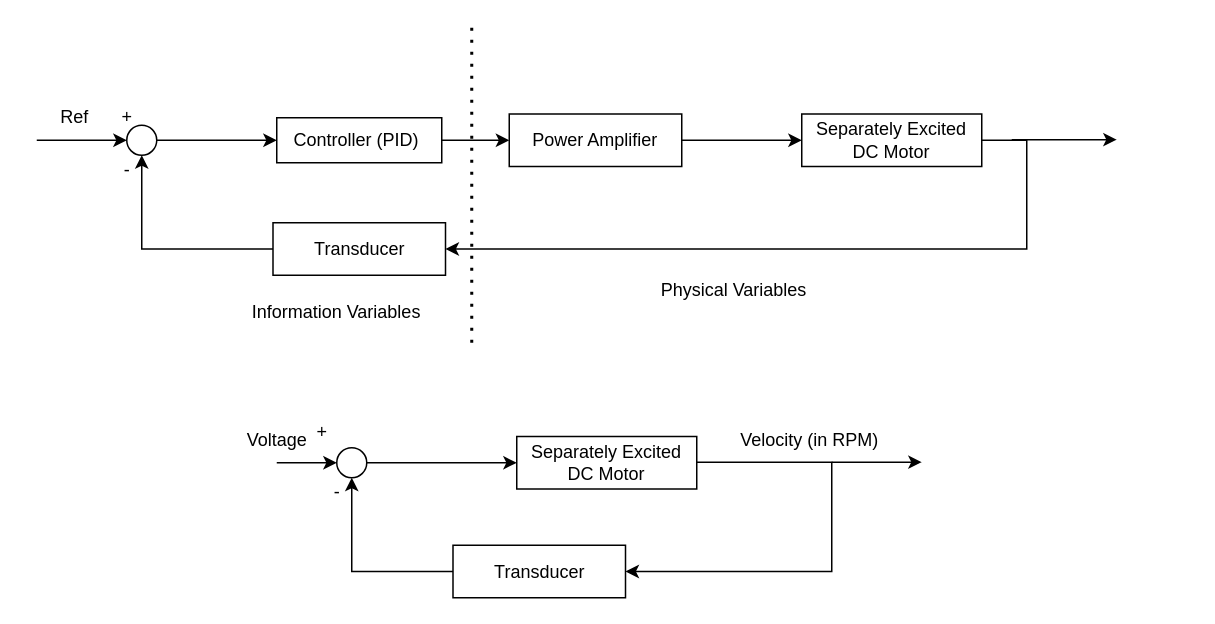
The draw.io diagram Untitled Diagram.drawio in yldrimftih/SystemDynamicsandControl-Project, before the edit. Source tidied: cells renumbered, new cells numbered last; positions are measured from the earlier drawing's top-left corner, leaving out a move shared by most shapes. Both pictures are drawn from the tidied source at 150%, with x=0, y=0 at pixel (36, 27).
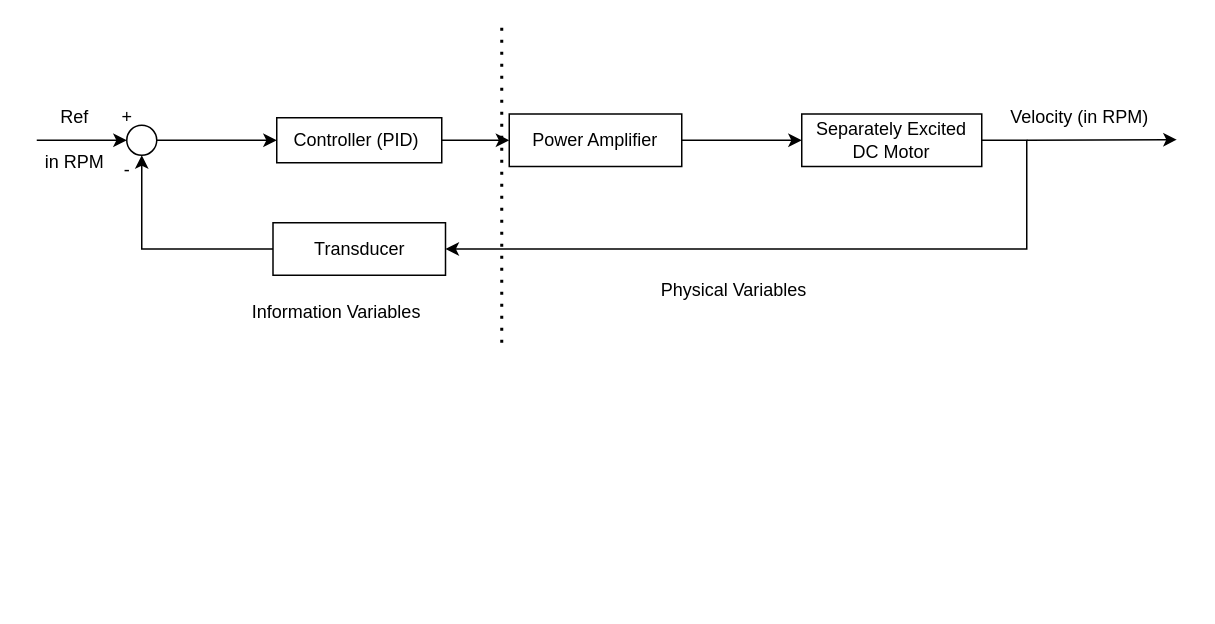
After the change.

Diff of the diagram source:
```diff
@@
-    <mxCell id="16" style="edgeStyle=orthogonalEdgeStyle;rounded=0;jettySize=auto;html=1;entryX=0;entryY=0.5;entryDx=0;entryDy=0;" parent="1" edge="1" source="17" target="19">
-      <mxGeometry relative="1" as="geometry" />
-    </mxCell>
-    <mxCell id="17" style="ellipse;whiteSpace=wrap;html=1;" parent="1" vertex="1">
-      <mxGeometry x="200" y="280" width="20" height="20" as="geometry" />
-    </mxCell>
-    <mxCell id="18" style="edgeStyle=orthogonalEdgeStyle;rounded=0;jettySize=auto;html=1;entryX=1;entryY=0.5;entryDx=0;entryDy=0;" parent="1" edge="1" target="21">
-      <mxGeometry relative="1" as="geometry">
-        <mxPoint x="390" y="289.6" as="sourcePoint" />
-        <Array as="points">
-          <mxPoint x="530" y="290" />
-          <mxPoint x="530" y="363" />
-        </Array>
-      </mxGeometry>
-    </mxCell>
-    <mxCell id="19" value="Separately Excited DC Motor" style="whiteSpace=wrap;html=1;rounded=0;" parent="1" vertex="1">
-      <mxGeometry x="320" y="272.5" width="120" height="35" as="geometry" />
-    </mxCell>
-    <mxCell id="20" style="edgeStyle=orthogonalEdgeStyle;rounded=0;jettySize=auto;html=1;entryX=0.5;entryY=1;entryDx=0;entryDy=0;" parent="1" edge="1" source="21" target="17">
-      <mxGeometry relative="1" as="geometry" />
-    </mxCell>
-    <mxCell id="21" value="Transducer" style="whiteSpace=wrap;html=1;rounded=0;" parent="1" vertex="1">
-      <mxGeometry x="277.5" y="345" width="115" height="35" as="geometry" />
-    </mxCell>
-    <mxCell id="22" style="endArrow=classic;html=1;entryX=0;entryY=0.5;entryDx=0;entryDy=0;" parent="1" edge="1" target="17">
-      <mxGeometry relative="1" as="geometry">
-        <mxPoint x="160" y="290" as="sourcePoint" />
-      </mxGeometry>
-    </mxCell>
-    <mxCell id="23" value="+" style="text;html=1;align=center;verticalAlign=middle;" parent="1" vertex="1">
-      <mxGeometry x="180" y="260" width="20" height="20" as="geometry" />
-    </mxCell>
-    <mxCell id="24" value="-" style="text;html=1;align=center;verticalAlign=middle;" parent="1" vertex="1">
-      <mxGeometry x="190" y="300" width="20" height="20" as="geometry" />
-    </mxCell>
-    <mxCell id="25" style="endArrow=classic;html=1;" parent="1" edge="1">
-      <mxGeometry relative="1" as="geometry">
-        <mxPoint x="530" y="289.6" as="sourcePoint" />
-        <mxPoint x="590" y="289.6" as="targetPoint" />
-      </mxGeometry>
-    </mxCell>
-    <mxCell id="26" value="Voltage" style="text;html=1;align=center;verticalAlign=middle;" parent="1" vertex="1">
-      <mxGeometry x="130" y="265" width="60" height="20" as="geometry" />
-    </mxCell>
-    <mxCell id="27" value="Velocity (in RPM)" style="text;html=1;align=center;verticalAlign=middle;" parent="1" vertex="1">
-      <mxGeometry x="460" y="265" width="110" height="20" as="geometry" />
-    </mxCell>
     <mxCell id="28" style="endArrow=classic;html=1;" parent="1" edge="1">
       <mxGeometry relative="1" as="geometry">
-        <mxPoint x="650" y="74.6" as="sourcePoint" />
-        <mxPoint x="720" y="74.6" as="targetPoint" />
+        <mxPoint x="660" y="75" as="sourcePoint" />
+        <mxPoint x="760" y="74.6" as="targetPoint" />
       </mxGeometry>
     </mxCell>
     <mxCell id="29" style="endArrow=none;dashed=1;html=1;dashPattern=1 3;strokeWidth=2;" parent="1" edge="1">
       <mxGeometry relative="1" as="geometry">
-        <mxPoint x="290" y="210" as="sourcePoint" />
-        <mxPoint x="290" as="targetPoint" />
+        <mxPoint x="310" y="210" as="sourcePoint" />
+        <mxPoint x="310" as="targetPoint" />
       </mxGeometry>
     </mxCell>
@@
+    <mxCell id="27" value="Velocity (in RPM)" style="text;html=1;align=center;verticalAlign=middle;" parent="1" vertex="1">
+      <mxGeometry x="640" y="50" width="110" height="20" as="geometry" />
+    </mxCell>
+    <mxCell id="32" value="in RPM" style="text;html=1;align=center;verticalAlign=middle;" parent="1" vertex="1">
+      <mxGeometry y="80" width="50" height="20" as="geometry" />
+    </mxCell>
```
